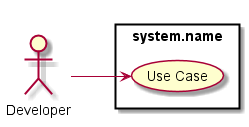
This is docs/Actors/Developer/UseCases.png from CAADE/fleet, a PlantUML export, as it was before one commit. The source it was exported from:
```plantuml
@startuml

left to right direction

:Developer: as Actor

rectangle "system.name" {
    (Use Case) as U1
}

Actor --> U1

@enduml
```
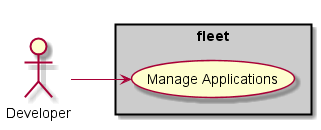
After the change.

Diff of the diagram source:
```diff
@@ -4,8 +4,8 @@
 
 :Developer: as Actor
 
-rectangle "system.name" {
-    (Use Case) as U1
+rectangle "fleet" #cccccc {
+    (Manage Applications) as U1
 }
 
 Actor --> U1
```
